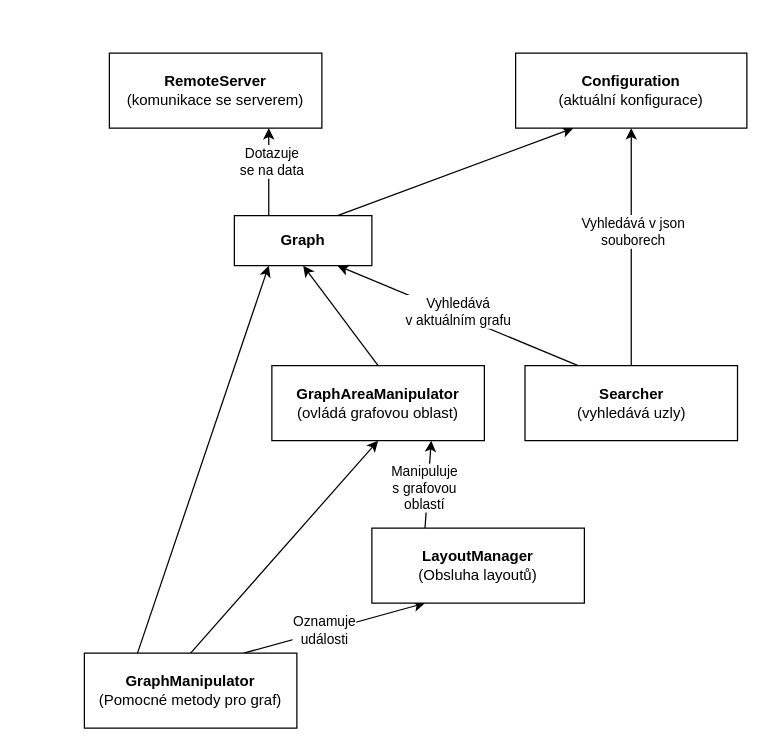
This is media/dependencies.drawio from sstenchlak/bachelor-thesis, a draw.io file, before an edit. Source tidied: cells renumbered, new cells numbered last; positions are measured from the earlier drawing's top-left corner, leaving out a move shared by most shapes. Both pictures are drawn from the tidied source at 125%, with x=0, y=0 at pixel (84, 52).
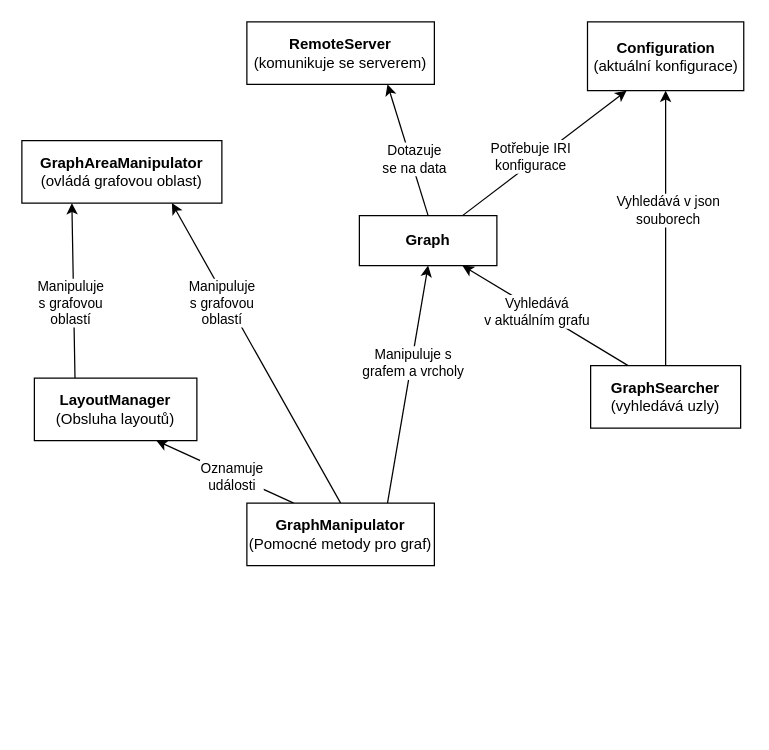
Above is the later version.

Unchanged cells that the change refers to:
```xml
<mxCell id="5" style="edgeStyle=none;rounded=0;jettySize=auto;html=1;exitX=0.75;exitY=0;exitDx=0;exitDy=0;entryX=0.25;entryY=1;entryDx=0;entryDy=0;fontFamily=CMU Sans Serif Roman;" parent="1" edge="1" source="6" target="17">
  <mxGeometry relative="1" as="geometry" />
</mxCell>
```

The edit, as a diff of the source:
```diff
@@
-    <mxCell id="2" value="&lt;span&gt;&lt;b&gt;RemoteServer&lt;/b&gt;&lt;/span&gt;&lt;br&gt;&lt;span&gt;(komunikace se serverem)&lt;/span&gt;" style="rounded=0;whiteSpace=wrap;html=1;fontFamily=CMU Sans Serif Roman;" parent="1" vertex="1">
-      <mxGeometry x="20" width="170" height="60" as="geometry" />
+    <mxCell id="2" value="&lt;span&gt;&lt;b&gt;RemoteServer&lt;/b&gt;&lt;/span&gt;&lt;br&gt;&lt;span&gt;(komunikuje se serverem)&lt;/span&gt;" style="rounded=0;whiteSpace=wrap;html=1;fontFamily=CMU Sans Serif Roman;" parent="1" vertex="1">
+      <mxGeometry x="130" y="-25" width="150" height="50" as="geometry" />
     </mxCell>
-    <mxCell id="3" style="rounded=0;jettySize=auto;html=1;exitX=0.25;exitY=0;exitDx=0;exitDy=0;entryX=0.75;entryY=1;entryDx=0;entryDy=0;fontFamily=CMU Sans Serif Roman;" parent="1" edge="1" source="6" target="2">
+    <mxCell id="3" style="rounded=0;jettySize=auto;html=1;exitX=0.5;exitY=0;exitDx=0;exitDy=0;entryX=0.75;entryY=1;entryDx=0;entryDy=0;fontFamily=CMU Sans Serif Roman;" parent="1" edge="1" source="6" target="2">
       <mxGeometry relative="1" as="geometry" />
     </mxCell>
     <mxCell id="4" value="Dotazuje&lt;br&gt;se na data" style="edgeLabel;html=1;align=center;verticalAlign=middle;fontFamily=CMU Sans Serif Roman;" parent="3" vertex="1">
       <mxGeometry x="-0.1" y="1" relative="1" as="geometry">
-        <mxPoint x="2.7" y="-11.1" as="offset" />
+        <mxPoint x="3.5" y="1" as="offset" />
       </mxGeometry>
     </mxCell>
@@
+    <mxCell id="23" value="Potřebuje IRI&lt;br&gt;konfigurace" style="edgeLabel;html=1;align=center;verticalAlign=middle;fontFamily=CMU Sans Serif Roman;" parent="5" vertex="1">
+      <mxGeometry x="0.17" y="-1" relative="1" as="geometry">
+        <mxPoint x="-23.5" y="10.1" as="offset" />
+      </mxGeometry>
+    </mxCell>
     <mxCell id="6" value="&lt;b&gt;Graph&lt;/b&gt;" style="rounded=0;whiteSpace=wrap;html=1;fontFamily=CMU Sans Serif Roman;spacingRight=0;" parent="1" vertex="1">
-      <mxGeometry x="120" y="130" width="110" height="40" as="geometry" />
+      <mxGeometry x="220" y="130" width="110" height="40" as="geometry" />
     </mxCell>
-    <mxCell id="7" style="edgeStyle=none;rounded=0;jettySize=auto;html=1;exitX=0.5;exitY=0;exitDx=0;exitDy=0;entryX=0.5;entryY=1;entryDx=0;entryDy=0;fontFamily=CMU Sans Serif Roman;" parent="1" edge="1" source="8" target="6">
-      <mxGeometry relative="1" as="geometry" />
-    </mxCell>
     <mxCell id="8" value="&lt;b&gt;GraphAreaManipulator&lt;/b&gt;&lt;br&gt;(ovládá grafovou oblast)" style="rounded=0;whiteSpace=wrap;html=1;fontFamily=CMU Sans Serif Roman;" parent="1" vertex="1">
-      <mxGeometry x="150" y="250" width="170" height="60" as="geometry" />
+      <mxGeometry x="-50" y="70" width="160" height="50" as="geometry" />
     </mxCell>
-    <mxCell id="9" style="edgeStyle=none;rounded=0;jettySize=auto;html=1;exitX=0.5;exitY=0;exitDx=0;exitDy=0;entryX=0.5;entryY=1;entryDx=0;entryDy=0;fontFamily=CMU Sans Serif Roman;" parent="1" edge="1" source="13" target="8">
+    <mxCell id="9" style="edgeStyle=none;rounded=0;jettySize=auto;html=1;exitX=0.5;exitY=0;exitDx=0;exitDy=0;entryX=0.75;entryY=1;entryDx=0;entryDy=0;fontFamily=CMU Sans Serif Roman;" parent="1" edge="1" source="13" target="8">
       <mxGeometry relative="1" as="geometry" />
     </mxCell>
+    <mxCell id="24" value="Manipuluje&lt;br&gt;s grafovou&lt;br&gt;oblastí" style="edgeLabel;html=1;align=center;verticalAlign=middle;fontFamily=CMU Sans Serif Roman;" parent="9" vertex="1">
+      <mxGeometry x="0.05" y="-3" relative="1" as="geometry">
+        <mxPoint x="-27.1" y="-32.9" as="offset" />
+      </mxGeometry>
+    </mxCell>
-    <mxCell id="10" style="edgeStyle=none;rounded=0;jettySize=auto;html=1;exitX=0.75;exitY=0;exitDx=0;exitDy=0;entryX=0.25;entryY=1;entryDx=0;entryDy=0;fontFamily=CMU Sans Serif Roman;" parent="1" edge="1" source="13" target="16">
+    <mxCell id="10" style="edgeStyle=none;rounded=0;jettySize=auto;html=1;exitX=0.25;exitY=0;exitDx=0;exitDy=0;entryX=0.75;entryY=1;entryDx=0;entryDy=0;fontFamily=CMU Sans Serif Roman;" parent="1" edge="1" source="13" target="16">
       <mxGeometry relative="1" as="geometry" />
     </mxCell>
@@
-    <mxCell id="12" style="edgeStyle=none;rounded=0;jettySize=auto;html=1;exitX=0.25;exitY=0;exitDx=0;exitDy=0;entryX=0.25;entryY=1;entryDx=0;entryDy=0;fontFamily=CMU Sans Serif Roman;" parent="1" edge="1" source="13" target="6">
+    <mxCell id="12" style="edgeStyle=none;rounded=0;jettySize=auto;html=1;exitX=0.75;exitY=0;exitDx=0;exitDy=0;entryX=0.5;entryY=1;entryDx=0;entryDy=0;fontFamily=CMU Sans Serif Roman;" parent="1" edge="1" source="13" target="6">
       <mxGeometry relative="1" as="geometry" />
     </mxCell>
+    <mxCell id="25" value="Manipuluje s&lt;br&gt;grafem a vrcholy" style="edgeLabel;html=1;align=center;verticalAlign=middle;fontFamily=CMU Sans Serif Roman;" parent="12" vertex="1">
+      <mxGeometry x="0.18" y="-1" relative="1" as="geometry" />
+    </mxCell>
     <mxCell id="13" value="&lt;b&gt;GraphManipulator&lt;/b&gt;&lt;br&gt;(Pomocné metody pro graf)" style="rounded=0;whiteSpace=wrap;html=1;fontFamily=CMU Sans Serif Roman;" parent="1" vertex="1">
-      <mxGeometry y="480" width="170" height="60" as="geometry" />
+      <mxGeometry x="130" y="360" width="150" height="50" as="geometry" />
     </mxCell>
-    <mxCell id="14" style="edgeStyle=none;rounded=0;jettySize=auto;html=1;exitX=0.25;exitY=0;exitDx=0;exitDy=0;entryX=0.75;entryY=1;entryDx=0;entryDy=0;fontFamily=CMU Sans Serif Roman;" parent="1" edge="1" source="16" target="8">
+    <mxCell id="14" style="edgeStyle=none;rounded=0;jettySize=auto;html=1;exitX=0.25;exitY=0;exitDx=0;exitDy=0;entryX=0.25;entryY=1;entryDx=0;entryDy=0;fontFamily=CMU Sans Serif Roman;" parent="1" edge="1" source="16" target="8">
       <mxGeometry relative="1" as="geometry" />
     </mxCell>
@@
     <mxCell id="16" value="&lt;b&gt;LayoutManager&lt;/b&gt;&lt;br&gt;(Obsluha layoutů)" style="rounded=0;whiteSpace=wrap;html=1;fontFamily=CMU Sans Serif Roman;" parent="1" vertex="1">
-      <mxGeometry x="230" y="380" width="170" height="60" as="geometry" />
+      <mxGeometry x="-40" y="260" width="130" height="50" as="geometry" />
     </mxCell>
     <mxCell id="17" value="&lt;span&gt;&lt;b&gt;Configuration&lt;/b&gt;&lt;/span&gt;&lt;br&gt;&lt;span&gt;(aktuální konfigurace)&lt;/span&gt;" style="rounded=0;whiteSpace=wrap;html=1;fontFamily=CMU Sans Serif Roman;" parent="1" vertex="1">
-      <mxGeometry x="345" width="185" height="60" as="geometry" />
+      <mxGeometry x="402.5" y="-25" width="125" height="55" as="geometry" />
     </mxCell>
@@
-    <mxCell id="22" value="&lt;b&gt;Searcher&lt;/b&gt;&lt;br&gt;(vyhledává uzly)" style="rounded=0;whiteSpace=wrap;html=1;fontFamily=CMU Sans Serif Roman;" parent="1" vertex="1">
-      <mxGeometry x="352.5" y="250" width="170" height="60" as="geometry" />
+    <mxCell id="22" value="&lt;b&gt;GraphSearcher&lt;/b&gt;&lt;br&gt;(vyhledává uzly)" style="rounded=0;whiteSpace=wrap;html=1;fontFamily=CMU Sans Serif Roman;" parent="1" vertex="1">
+      <mxGeometry x="405" y="250" width="120" height="50" as="geometry" />
     </mxCell>
```
